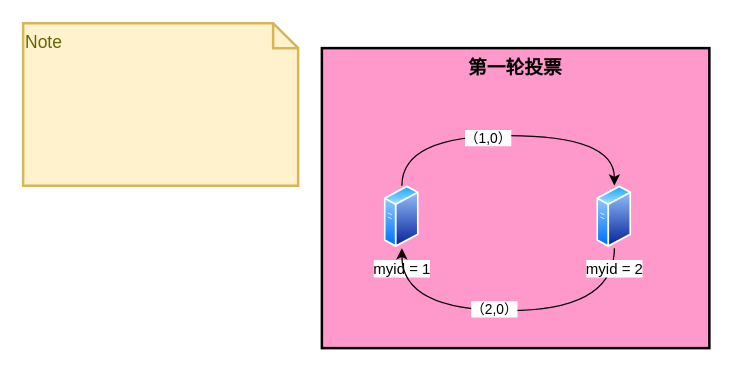
This is zookeeper/Zookeeper.drawio from LiHuiBin1995/study-java, a draw.io file, before an edit. Source tidied: cells renumbered, new cells numbered last; positions are measured from the earlier drawing's top-left corner, leaving out a move shared by most shapes. Both pictures are drawn from the tidied source at 125%, with x=0, y=0 at pixel (22, 22).
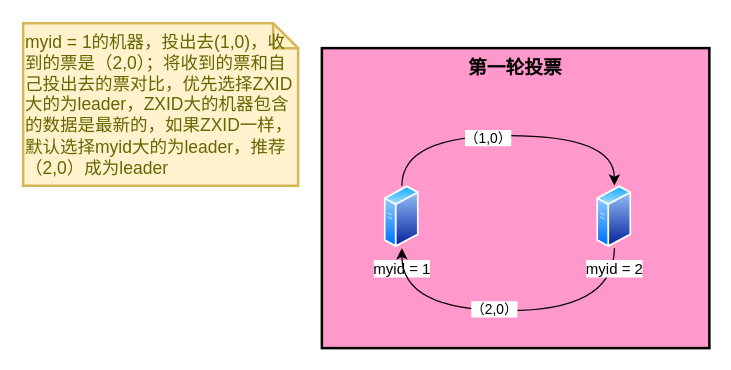
Above is the later version.

What changed in the source:
```diff
@@
 <mxGraphModel>
   <root>
     <mxCell id="0" />
     <mxCell id="1" parent="0" />
     <mxCell id="2" value="&lt;b&gt;&lt;font style=&quot;font-size: 15px&quot;&gt;第一轮投票&lt;/font&gt;&lt;/b&gt;" style="rounded=0;whiteSpace=wrap;html=1;strokeWidth=2;fillColor=#FF99CC;verticalAlign=top;" parent="1" vertex="1">
       <mxGeometry x="239" y="20" width="310" height="240" as="geometry" />
     </mxCell>
     <mxCell id="3" style="edgeStyle=orthogonalEdgeStyle;rounded=0;jettySize=auto;html=1;exitX=0.5;exitY=0;exitDx=0;exitDy=0;entryX=0.5;entryY=0;entryDx=0;entryDy=0;curved=1;" parent="1" edge="1" source="5" target="8">
       <mxGeometry relative="1" as="geometry">
         <Array as="points">
           <mxPoint x="303" y="90" />
           <mxPoint x="473" y="90" />
         </Array>
       </mxGeometry>
     </mxCell>
     <mxCell id="4" value="（1,0）" style="edgeLabel;html=1;align=center;verticalAlign=middle;" parent="3" vertex="1">
       <mxGeometry x="-0.14" y="-1" relative="1" as="geometry" />
     </mxCell>
     <mxCell id="5" value="myid = 1" style="perimeter=ellipsePerimeter;html=1;align=center;shadow=0;dashed=0;spacingTop=3;image;image=img/lib/active_directory/generic_server.svg;strokeWidth=2;fillColor=#FF99CC;" parent="1" vertex="1">
       <mxGeometry x="289" y="130" width="28" height="50" as="geometry" />
     </mxCell>
     <mxCell id="6" style="edgeStyle=orthogonalEdgeStyle;curved=1;rounded=0;jettySize=auto;html=1;exitX=0.5;exitY=1;exitDx=0;exitDy=0;entryX=0.5;entryY=1;entryDx=0;entryDy=0;" parent="1" edge="1" source="8" target="5">
       <mxGeometry relative="1" as="geometry">
         <Array as="points">
           <mxPoint x="473" y="230" />
           <mxPoint x="303" y="230" />
         </Array>
       </mxGeometry>
     </mxCell>
     <mxCell id="7" value="（2,0）" style="edgeLabel;html=1;align=center;verticalAlign=middle;" parent="6" vertex="1">
       <mxGeometry x="0.09" y="-2" relative="1" as="geometry" />
     </mxCell>
     <mxCell id="8" value="myid = 2" style="perimeter=ellipsePerimeter;html=1;align=center;shadow=0;dashed=0;spacingTop=3;image;image=img/lib/active_directory/generic_server.svg;strokeWidth=2;fillColor=#FF99CC;" parent="1" vertex="1">
       <mxGeometry x="459" y="130" width="28" height="50" as="geometry" />
     </mxCell>
-    <mxCell id="9" value="Note" style="shape=note;strokeWidth=2;fontSize=14;size=20;whiteSpace=wrap;html=1;fillColor=#fff2cc;strokeColor=#d6b656;fontColor=#666600;rounded=0;verticalAlign=top;align=left;" parent="1" vertex="1">
+    <mxCell id="9" value="myid = 1的机器，投出去(1,0)，收到的票是（2,0）；将收到的票和自己投出去的票对比，优先选择ZXID大的为leader，ZXID大的机器包含的数据是最新的，如果ZXID一样，默认选择myid大的为leader，推荐（2,0）成为leader&lt;br&gt;" style="shape=note;strokeWidth=2;fontSize=14;size=20;whiteSpace=wrap;html=1;fillColor=#fff2cc;strokeColor=#d6b656;fontColor=#666600;rounded=0;verticalAlign=top;align=left;" parent="1" vertex="1">
       <mxGeometry width="220" height="130" as="geometry" />
     </mxCell>
   </root>
 </mxGraphModel>
```
